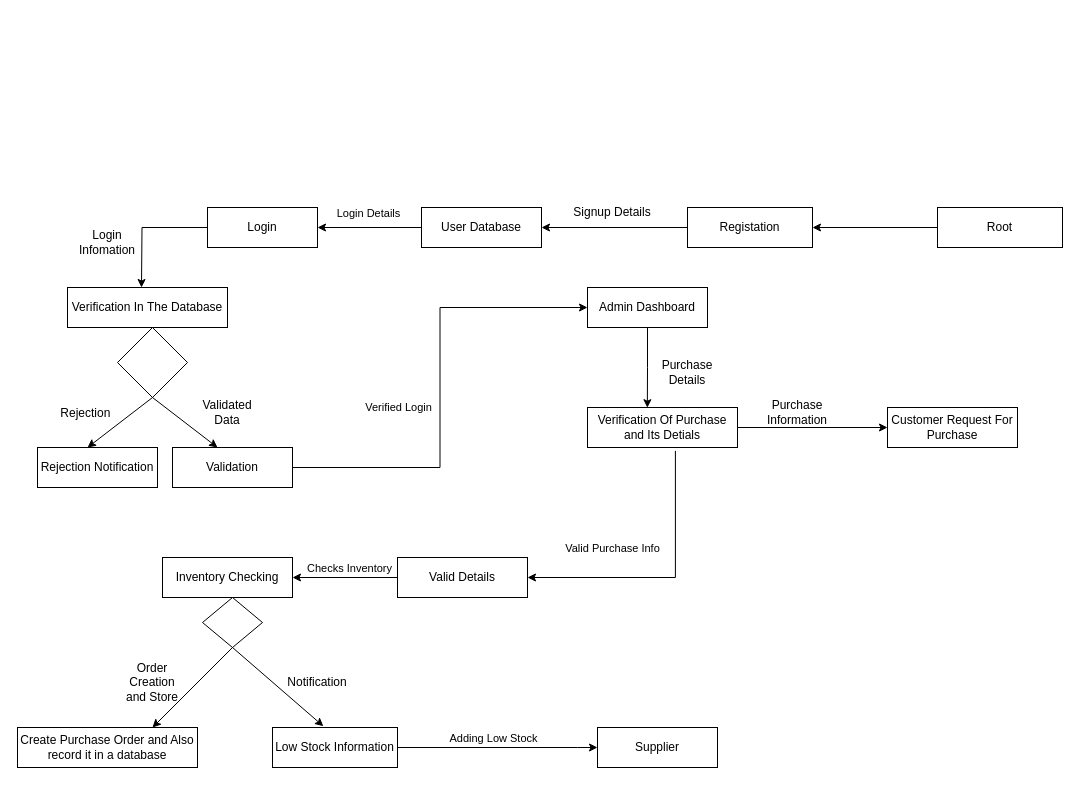
This is Structure Diagram'.drawio from pawal-karki/DRAW.IO, a draw.io file, before an edit. Source tidied: cells renumbered, new cells numbered last; positions are measured from the earlier drawing's top-left corner, leaving out a move shared by most shapes. Both pictures are drawn from the tidied source at 100%, with x=0, y=0 at pixel (17, 197).
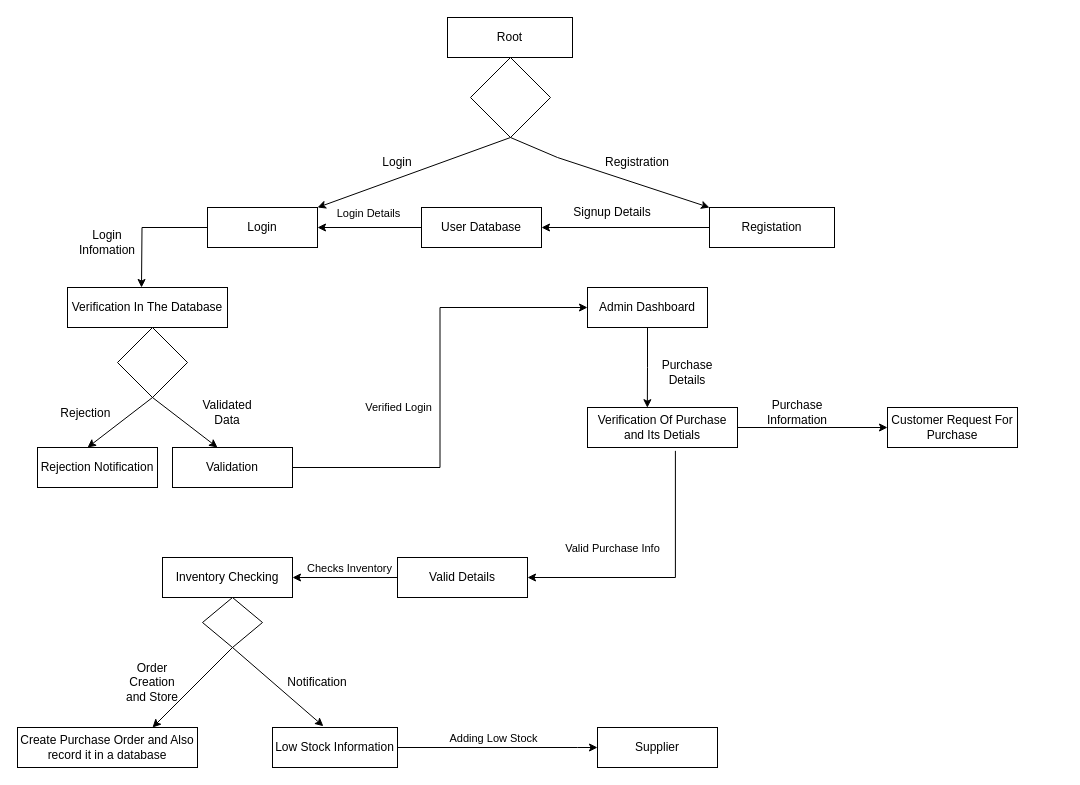
Above is the later version.

Unchanged cells that the change refers to:
```xml
<mxCell id="3" value="Login" style="rounded=0;whiteSpace=wrap;html=1;" parent="1" vertex="1">
  <mxGeometry x="190" y="10" width="110" height="40" as="geometry" />
</mxCell>
```

Diff of the diagram source:
```diff
@@
     <mxCell id="7" value="Registation" style="rounded=0;whiteSpace=wrap;html=1;" parent="1" vertex="1">
-      <mxGeometry x="670" y="10" width="125" height="40" as="geometry" />
+      <mxGeometry x="692" y="10" width="125" height="40" as="geometry" />
     </mxCell>
@@
-    <mxCell id="31" style="edgeStyle=orthogonalEdgeStyle;rounded=0;jettySize=auto;html=1;entryX=1;entryY=0.5;entryDx=0;entryDy=0;" parent="1" edge="1" source="32" target="7">
-      <mxGeometry relative="1" as="geometry" />
-    </mxCell>
     <mxCell id="32" value="Root" style="rounded=0;whiteSpace=wrap;html=1;" parent="1" vertex="1">
-      <mxGeometry x="920" y="10" width="125" height="40" as="geometry" />
+      <mxGeometry x="430" y="-180" width="125" height="40" as="geometry" />
     </mxCell>
@@
+    <mxCell id="47" style="rhombus;whiteSpace=wrap;html=1;" parent="1" vertex="1">
+      <mxGeometry x="453" y="-140" width="80" height="80" as="geometry" />
+    </mxCell>
+    <mxCell id="48" style="endArrow=classic;html=1;rounded=0;exitX=0.5;exitY=1;exitDx=0;exitDy=0;entryX=1;entryY=0;entryDx=0;entryDy=0;" parent="1" edge="1" source="47" target="3">
+      <mxGeometry relative="1" as="geometry" />
+    </mxCell>
+    <mxCell id="49" style="endArrow=classic;html=1;rounded=0;entryX=0;entryY=0;entryDx=0;entryDy=0;exitX=0.5;exitY=1;exitDx=0;exitDy=0;" parent="1" edge="1" source="47" target="7">
+      <mxGeometry relative="1" as="geometry">
+        <Array as="points">
+          <mxPoint x="540" y="-40" />
+        </Array>
+      </mxGeometry>
+    </mxCell>
+    <mxCell id="50" value="Login" style="text;html=1;align=center;verticalAlign=middle;whiteSpace=wrap;rounded=0;" parent="1" vertex="1">
+      <mxGeometry x="350" y="-50" width="60" height="30" as="geometry" />
+    </mxCell>
+    <mxCell id="51" value="Registration" style="text;html=1;align=center;verticalAlign=middle;whiteSpace=wrap;rounded=0;" parent="1" vertex="1">
+      <mxGeometry x="590" y="-50" width="60" height="30" as="geometry" />
+    </mxCell>
```
